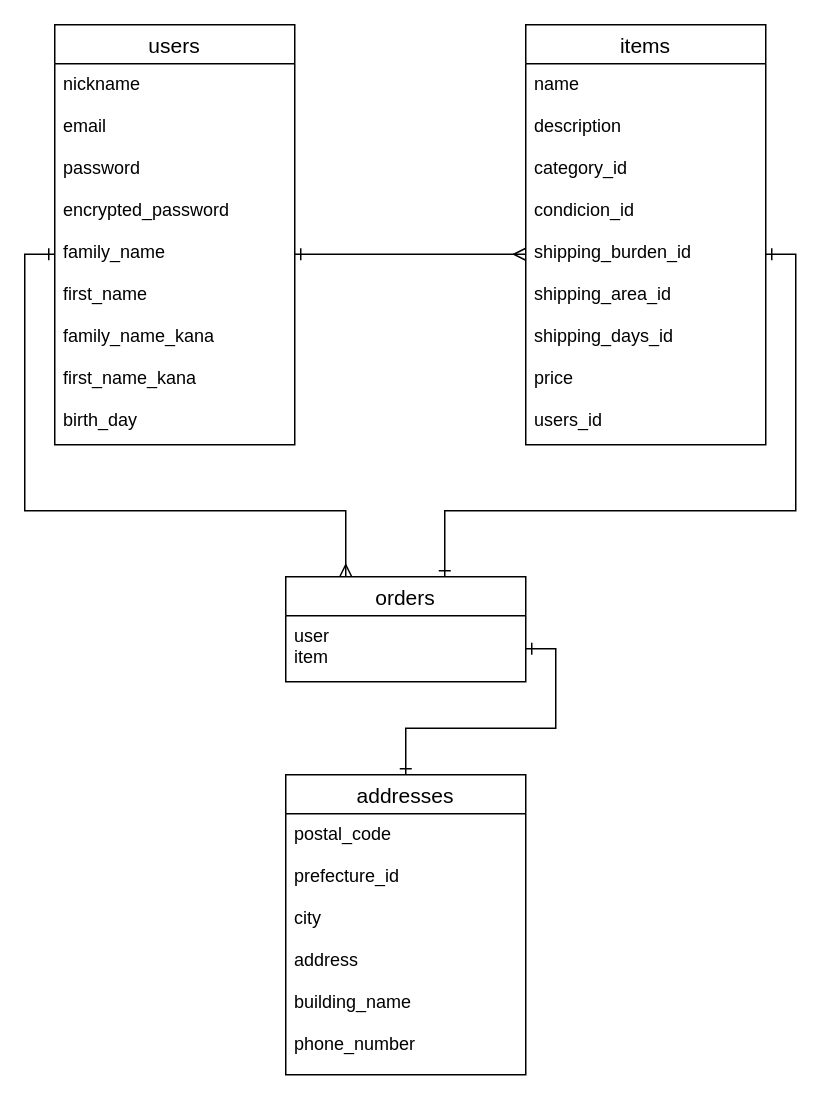
The draw.io diagram er.dio in riie02/furima-31173, before the edit. Source tidied: cells renumbered, new cells numbered last; positions are measured from the earlier drawing's top-left corner, leaving out a move shared by most shapes. Both pictures are drawn from the tidied source at 150%, with x=0, y=0 at pixel (54, 24).
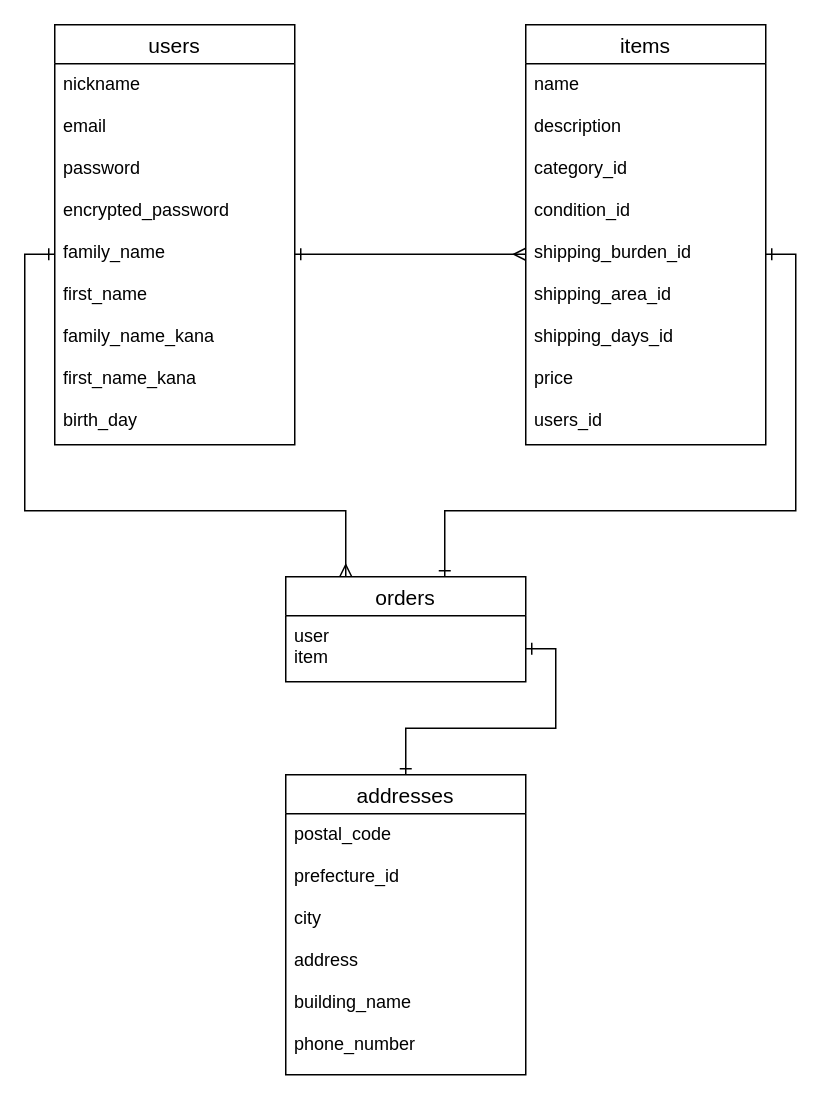
After the change.

Change to the diagram source:
```diff
@@
 <mxGraphModel>
   <root>
     <mxCell id="0" />
     <mxCell id="1" parent="0" />
     <mxCell id="2" value="users" style="swimlane;fontStyle=0;horizontal=1;startSize=26;align=center;fontSize=14;" parent="1" vertex="1">
       <mxGeometry width="160" height="280" as="geometry" />
     </mxCell>
     <mxCell id="3" value="nickname&#10;&#10;email&#10;&#10;password&#10;&#10;encrypted_password&#10;&#10;family_name&#10;&#10;first_name&#10;&#10;family_name_kana&#10;&#10;first_name_kana&#10;&#10;birth_day" style="text;strokeColor=none;fillColor=none;spacingLeft=4;spacingRight=4;overflow=hidden;points=[[0,0.5],[1,0.5]];portConstraint=eastwest;fontSize=12;" parent="2" vertex="1">
       <mxGeometry y="26" width="160" height="254" as="geometry" />
     </mxCell>
     <mxCell id="4" value="items" style="swimlane;fontStyle=0;horizontal=1;startSize=26;align=center;fontSize=14;" parent="1" vertex="1">
       <mxGeometry x="314" width="160" height="280" as="geometry" />
     </mxCell>
-    <mxCell id="5" value="name&#10;&#10;description&#10;&#10;category_id&#10;&#10;condicion_id&#10;&#10;shipping_burden_id&#10;&#10;shipping_area_id&#10;&#10;shipping_days_id&#10;&#10;price&#10;&#10;users_id" style="text;strokeColor=none;fillColor=none;spacingLeft=4;spacingRight=4;overflow=hidden;points=[[0,0.5],[1,0.5]];portConstraint=eastwest;fontSize=12;" parent="4" vertex="1">
+    <mxCell id="5" value="name&#10;&#10;description&#10;&#10;category_id&#10;&#10;condition_id&#10;&#10;shipping_burden_id&#10;&#10;shipping_area_id&#10;&#10;shipping_days_id&#10;&#10;price&#10;&#10;users_id" style="text;strokeColor=none;fillColor=none;spacingLeft=4;spacingRight=4;overflow=hidden;points=[[0,0.5],[1,0.5]];portConstraint=eastwest;fontSize=12;" parent="4" vertex="1">
       <mxGeometry y="26" width="160" height="254" as="geometry" />
     </mxCell>
     <mxCell id="6" value="orders" style="swimlane;fontStyle=0;horizontal=1;startSize=26;align=center;fontSize=14;" parent="1" vertex="1">
       <mxGeometry x="154" y="368" width="160" height="70" as="geometry" />
     </mxCell>
     <mxCell id="7" value="user&#10;item" style="text;strokeColor=none;fillColor=none;spacingLeft=4;spacingRight=4;overflow=hidden;points=[[0,0.5],[1,0.5]];portConstraint=eastwest;fontSize=12;" parent="6" vertex="1">
       <mxGeometry y="26" width="160" height="44" as="geometry" />
     </mxCell>
     <mxCell id="8" value="addresses" style="swimlane;fontStyle=0;horizontal=1;startSize=26;align=center;fontSize=14;" parent="1" vertex="1">
       <mxGeometry x="154" y="500" width="160" height="200" as="geometry" />
     </mxCell>
     <mxCell id="9" value="postal_code&#10;&#10;prefecture_id&#10;&#10;city&#10;&#10;address&#10;&#10;building_name&#10;&#10;phone_number" style="text;strokeColor=none;fillColor=none;spacingLeft=4;spacingRight=4;overflow=hidden;fontSize=12;" parent="8" vertex="1">
       <mxGeometry y="26" width="160" height="174" as="geometry" />
     </mxCell>
     <mxCell id="10" style="edgeStyle=orthogonalEdgeStyle;rounded=0;jettySize=auto;html=1;exitX=1;exitY=0.5;exitDx=0;exitDy=0;entryX=0;entryY=0.5;entryDx=0;entryDy=0;endArrow=ERmany;endFill=0;startArrow=ERone;startFill=0;" parent="1" edge="1" source="3" target="5">
       <mxGeometry relative="1" as="geometry" />
     </mxCell>
     <mxCell id="11" style="edgeStyle=orthogonalEdgeStyle;rounded=0;jettySize=auto;html=1;exitX=1;exitY=0.5;exitDx=0;exitDy=0;startArrow=ERone;startFill=0;endArrow=ERone;endFill=0;" parent="1" edge="1" source="5" target="6">
       <mxGeometry relative="1" as="geometry">
         <Array as="points">
           <mxPoint x="494" y="153" />
           <mxPoint x="494" y="324" />
           <mxPoint x="260" y="324" />
         </Array>
       </mxGeometry>
     </mxCell>
     <mxCell id="12" style="edgeStyle=orthogonalEdgeStyle;rounded=0;jettySize=auto;html=1;exitX=0;exitY=0.5;exitDx=0;exitDy=0;entryX=0.25;entryY=0;entryDx=0;entryDy=0;startArrow=ERone;startFill=0;endArrow=ERmany;endFill=0;" parent="1" edge="1" source="3" target="6">
       <mxGeometry relative="1" as="geometry" />
     </mxCell>
     <mxCell id="13" style="edgeStyle=orthogonalEdgeStyle;rounded=0;jettySize=auto;html=1;exitX=1;exitY=0.5;exitDx=0;exitDy=0;entryX=0.5;entryY=0;entryDx=0;entryDy=0;startArrow=ERone;startFill=0;endArrow=ERone;endFill=0;" parent="1" edge="1" source="7" target="8">
       <mxGeometry relative="1" as="geometry" />
     </mxCell>
   </root>
 </mxGraphModel>
```
